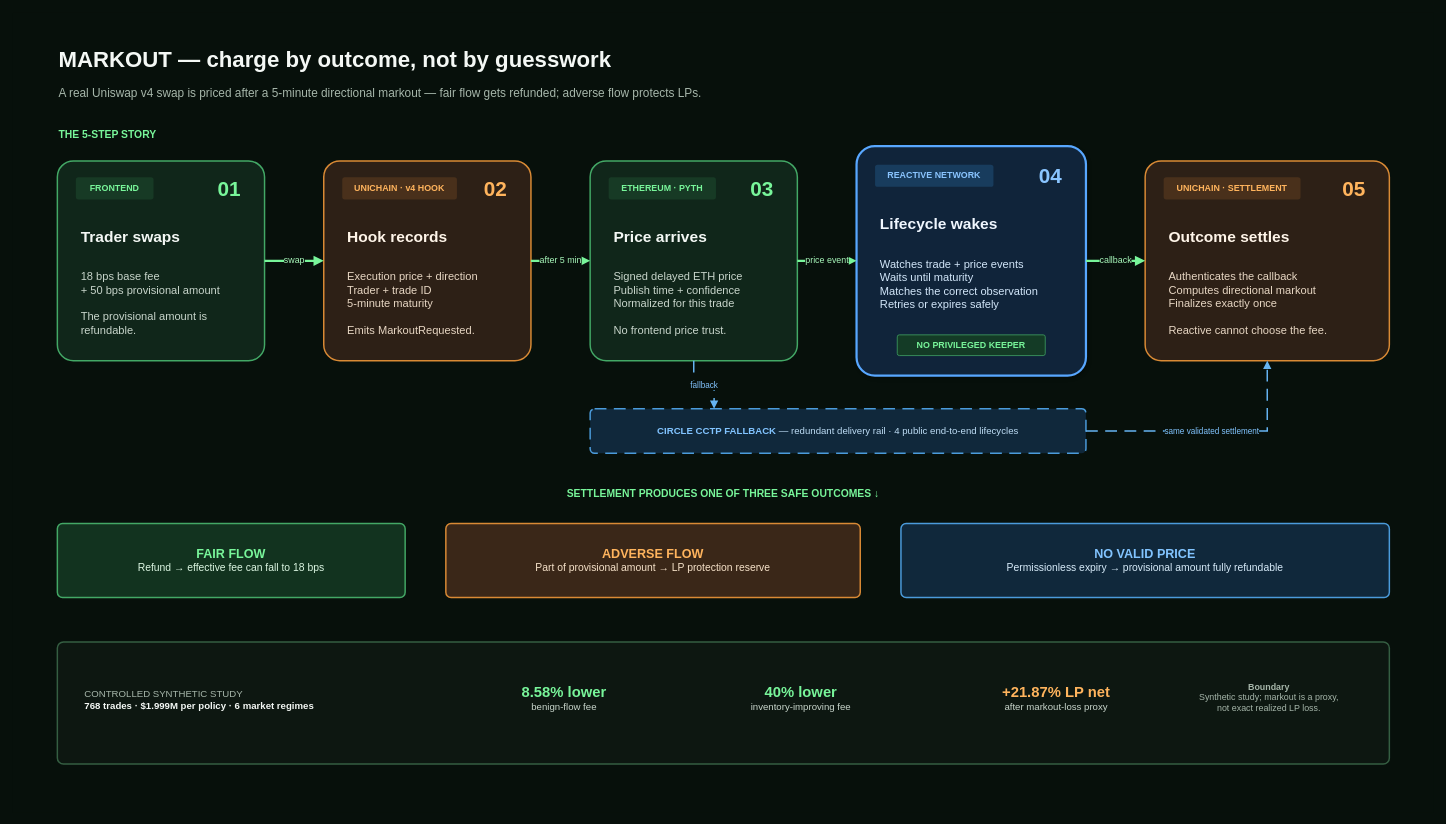
RudraBhaskar9439/markout-hook keeps this draw.io diagram as docs/diagrams/MARKOUT_VIDEO_ARCHITECTURE.drawio. Above is the earlier version. Source tidied: cells renumbered, new cells numbered last; positions are measured from the earlier drawing's top-left corner, leaving out a move shared by most shapes. Both pictures are drawn from the tidied source at 74%, with x=0, y=0 at pixel (13, 13).
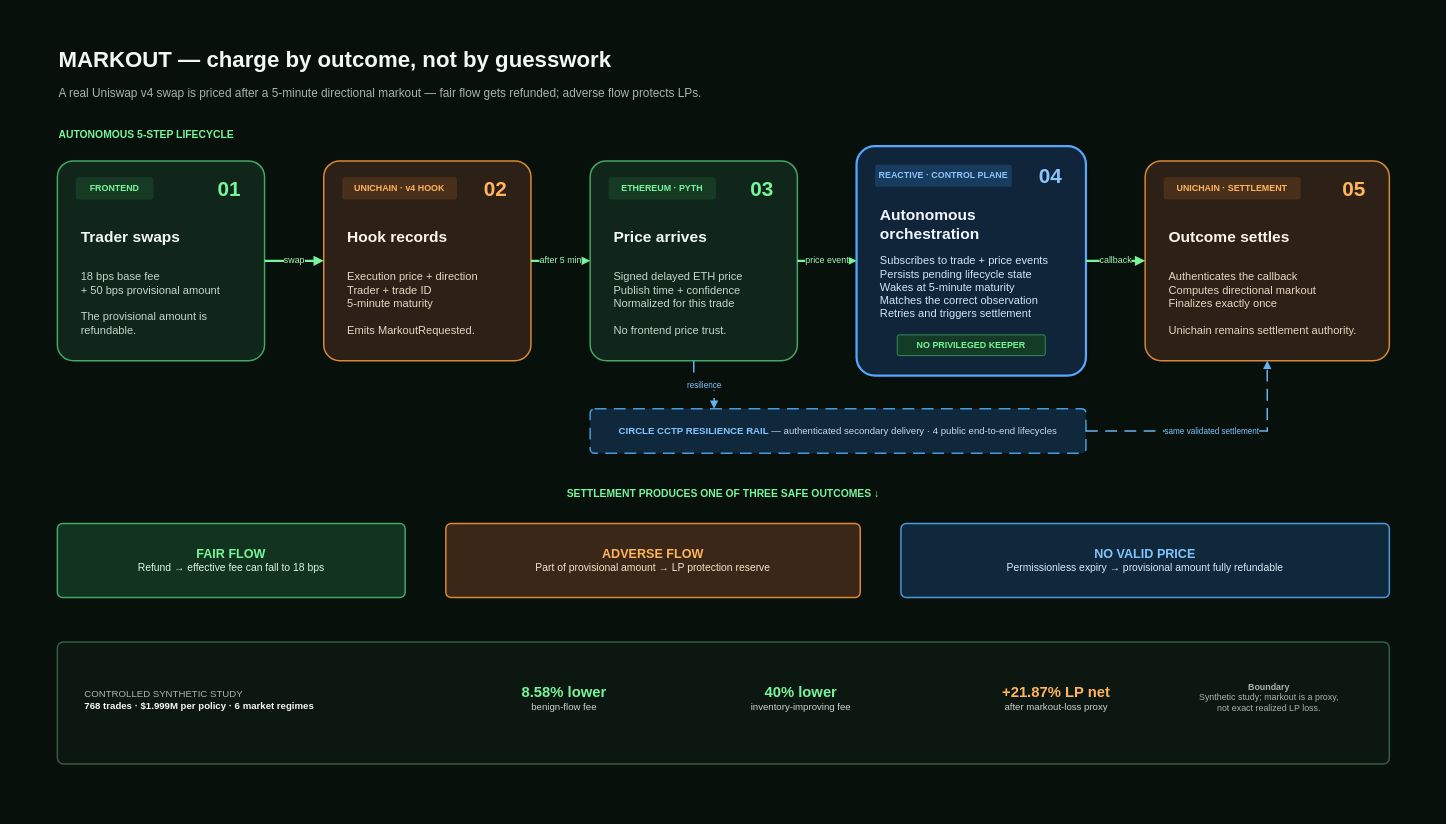
After the change.

Commit message (it also covers changes not shown here):
docs: add video-ready Draw.io architecture and four-minute script

The change refers to these unchanged cells:
```xml
<mxCell id="16" style="rounded=1;arcSize=8;whiteSpace=wrap;html=1;fillColor=#10261A;strokeColor=#43A866;strokeWidth=2;" parent="1" vertex="1">
  <mxGeometry x="780" y="200" width="280" height="270" as="geometry" />
</mxCell>
```

Change to the diagram source:
```diff
@@
-    <mxCell id="5" value="&lt;font color=&quot;#78F59A&quot;&gt;&lt;b&gt;THE 5-STEP STORY&lt;/b&gt;&lt;/font&gt;" style="text;html=1;align=left;verticalAlign=middle;whiteSpace=wrap;fontSize=14;" parent="1" vertex="1">
+    <mxCell id="5" value="&lt;font color=&quot;#78F59A&quot;&gt;&lt;b&gt;AUTONOMOUS 5-STEP LIFECYCLE&lt;/b&gt;&lt;/font&gt;" style="text;html=1;align=left;verticalAlign=middle;whiteSpace=wrap;fontSize=14;" parent="1" vertex="1">
       <mxGeometry x="60" y="150" width="300" height="30" as="geometry" />
     </mxCell>
@@
-    <mxCell id="22" value="&lt;font color=&quot;#8AC5FF&quot;&gt;&lt;b&gt;REACTIVE NETWORK&lt;/b&gt;&lt;/font&gt;" style="rounded=1;arcSize=12;whiteSpace=wrap;html=1;fillColor=#183C5D;strokeColor=none;align=center;fontSize=12;" parent="1" vertex="1">
-      <mxGeometry x="1165" y="205" width="160" height="30" as="geometry" />
+    <mxCell id="22" value="&lt;font color=&quot;#8AC5FF&quot;&gt;&lt;b&gt;REACTIVE · CONTROL PLANE&lt;/b&gt;&lt;/font&gt;" style="rounded=1;arcSize=12;whiteSpace=wrap;html=1;fillColor=#183C5D;strokeColor=none;align=center;fontSize=12;" parent="1" vertex="1">
+      <mxGeometry x="1165" y="205" width="185" height="30" as="geometry" />
     </mxCell>
@@
-    <mxCell id="24" value="&lt;font color=&quot;#F0F7FF&quot; style=&quot;font-size: 21px;&quot;&gt;&lt;b&gt;Lifecycle wakes&lt;/b&gt;&lt;/font&gt;" style="text;html=1;align=left;verticalAlign=middle;whiteSpace=wrap;" parent="1" vertex="1">
+    <mxCell id="24" value="&lt;font color=&quot;#F0F7FF&quot; style=&quot;font-size: 21px;&quot;&gt;&lt;b&gt;Autonomous orchestration&lt;/b&gt;&lt;/font&gt;" style="text;html=1;align=left;verticalAlign=middle;whiteSpace=wrap;" parent="1" vertex="1">
       <mxGeometry x="1170" y="265" width="240" height="40" as="geometry" />
     </mxCell>
-    <mxCell id="25" value="&lt;font color=&quot;#D3E7FA&quot; style=&quot;font-size: 15px;&quot;&gt;Watches trade + price events&lt;br&gt;Waits until maturity&lt;br&gt;Matches the correct observation&lt;br&gt;Retries or expires safely&lt;/font&gt;" style="text;html=1;align=left;verticalAlign=top;whiteSpace=wrap;spacingTop=4;" parent="1" vertex="1">
-      <mxGeometry x="1170" y="320" width="245" height="100" as="geometry" />
+    <mxCell id="25" value="&lt;font color=&quot;#D3E7FA&quot; style=&quot;font-size: 15px;&quot;&gt;Subscribes to trade + price events&lt;br&gt;Persists pending lifecycle state&lt;br&gt;Wakes at 5-minute maturity&lt;br&gt;Matches the correct observation&lt;br&gt;Retries and triggers settlement&lt;/font&gt;" style="text;html=1;align=left;verticalAlign=top;whiteSpace=wrap;spacingTop=4;" parent="1" vertex="1">
+      <mxGeometry x="1170" y="315" width="245" height="115" as="geometry" />
     </mxCell>
@@
-    <mxCell id="31" value="&lt;font color=&quot;#E8D7C4&quot; style=&quot;font-size: 15px;&quot;&gt;Authenticates the callback&lt;br&gt;Computes directional markout&lt;br&gt;Finalizes exactly once&lt;br&gt;&lt;br&gt;Reactive cannot choose the fee.&lt;/font&gt;" style="text;html=1;align=left;verticalAlign=top;whiteSpace=wrap;spacingTop=4;" parent="1" vertex="1">
+    <mxCell id="31" value="&lt;font color=&quot;#E8D7C4&quot; style=&quot;font-size: 15px;&quot;&gt;Authenticates the callback&lt;br&gt;Computes directional markout&lt;br&gt;Finalizes exactly once&lt;br&gt;&lt;br&gt;Unichain remains settlement authority.&lt;/font&gt;" style="text;html=1;align=left;verticalAlign=top;whiteSpace=wrap;spacingTop=4;" parent="1" vertex="1">
       <mxGeometry x="1560" y="337" width="260" height="115" as="geometry" />
     </mxCell>
@@
-    <mxCell id="36" value="&lt;font color=&quot;#82C4FF&quot;&gt;&lt;b&gt;CIRCLE CCTP FALLBACK&lt;/b&gt;&lt;/font&gt;&lt;font color=&quot;#BEDDF5&quot;&gt; — redundant delivery rail · 4 public end-to-end lifecycles&lt;/font&gt;" style="rounded=1;arcSize=10;whiteSpace=wrap;html=1;fillColor=#10283B;strokeColor=#4B9BDB;strokeWidth=2;dashed=1;dashPattern=8 5;align=center;fontSize=13;" parent="1" vertex="1">
+    <mxCell id="36" value="&lt;font color=&quot;#82C4FF&quot;&gt;&lt;b&gt;CIRCLE CCTP RESILIENCE RAIL&lt;/b&gt;&lt;/font&gt;&lt;font color=&quot;#BEDDF5&quot;&gt; — authenticated secondary delivery · 4 public end-to-end lifecycles&lt;/font&gt;" style="rounded=1;arcSize=10;whiteSpace=wrap;html=1;fillColor=#10283B;strokeColor=#4B9BDB;strokeWidth=2;dashed=1;dashPattern=8 5;align=center;fontSize=13;" parent="1" vertex="1">
       <mxGeometry x="780" y="535" width="670" height="60" as="geometry" />
     </mxCell>
-    <mxCell id="37" value="fallback" style="edgeStyle=orthogonalEdgeStyle;rounded=0;html=1;strokeColor=#66B4F2;strokeWidth=2;dashed=1;dashPattern=8 5;fontColor=#82C4FF;fontSize=11;labelBackgroundColor=#07100B;endArrow=block;endFill=1;exitX=0.5;exitY=1;entryX=0.25;entryY=0;" parent="1" edge="1" source="16" target="36">
+    <mxCell id="37" value="resilience" style="edgeStyle=orthogonalEdgeStyle;rounded=0;html=1;strokeColor=#66B4F2;strokeWidth=2;dashed=1;dashPattern=8 5;fontColor=#82C4FF;fontSize=11;labelBackgroundColor=#07100B;endArrow=block;endFill=1;exitX=0.5;exitY=1;entryX=0.25;entryY=0;" parent="1" edge="1" source="16" target="36">
       <mxGeometry relative="1" as="geometry" />
     </mxCell>
```
